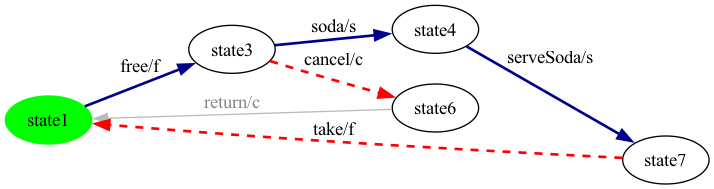
This is milestone-reports/per-product-all-states/SVM/SVM-product6-walk.png from dilekozturk93/vibes, a Graphviz export, as it was before one commit. Its source is kept beside it as milestone-reports/per-product-all-states/SVM/SVM-product6-walk.dot.
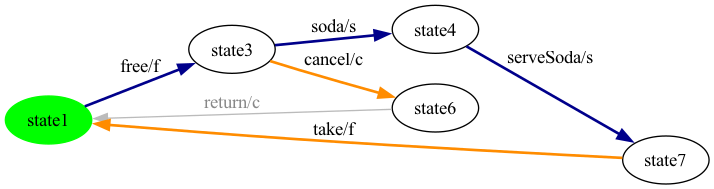
The same diagram one commit later.

What changed in the source:
```diff
@@ -6,8 +6,8 @@
 state3 [ label = "state4" ];
 state4 [ label = "state3" ];
 state3 -> state2 [ label=" serveSoda/s ", style=bold, color=darkblue, penwidth=2 ];
-state2 -> state0 [ label=" take/f ", style=dashed, color=red, penwidth=2 ];
-state4 -> state1 [ label=" cancel/c ", style=dashed, color=red, penwidth=2 ];
+state2 -> state0 [ label=" take/f ", style=bold, color=darkorange, penwidth=2 ];
+state4 -> state1 [ label=" cancel/c ", style=bold, color=darkorange, penwidth=2 ];
 state0 -> state4 [ label=" free/f ", style=bold, color=darkblue, penwidth=2 ];
 state1 -> state0 [ label=" return/c ", color="#bbbbbb", fontcolor="#888888" ];
 state4 -> state3 [ label=" soda/s ", style=bold, color=darkblue, penwidth=2 ];
```
